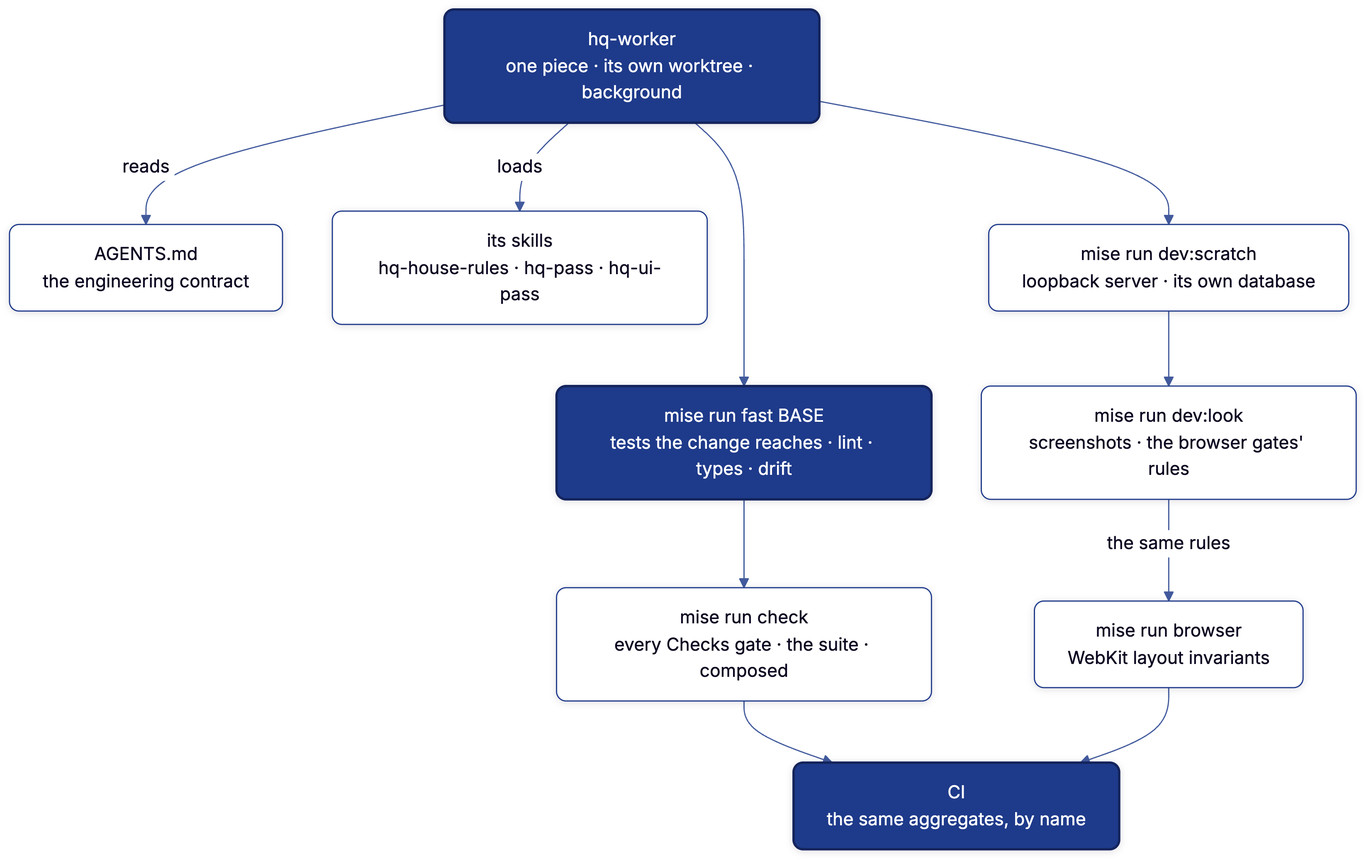
Before: docs/diagrams/agent-tools.png, a diagram exported from Mermaid (joeseverino/severino-hq). Its source is kept beside it as docs/diagrams/agent-tools.mmd.
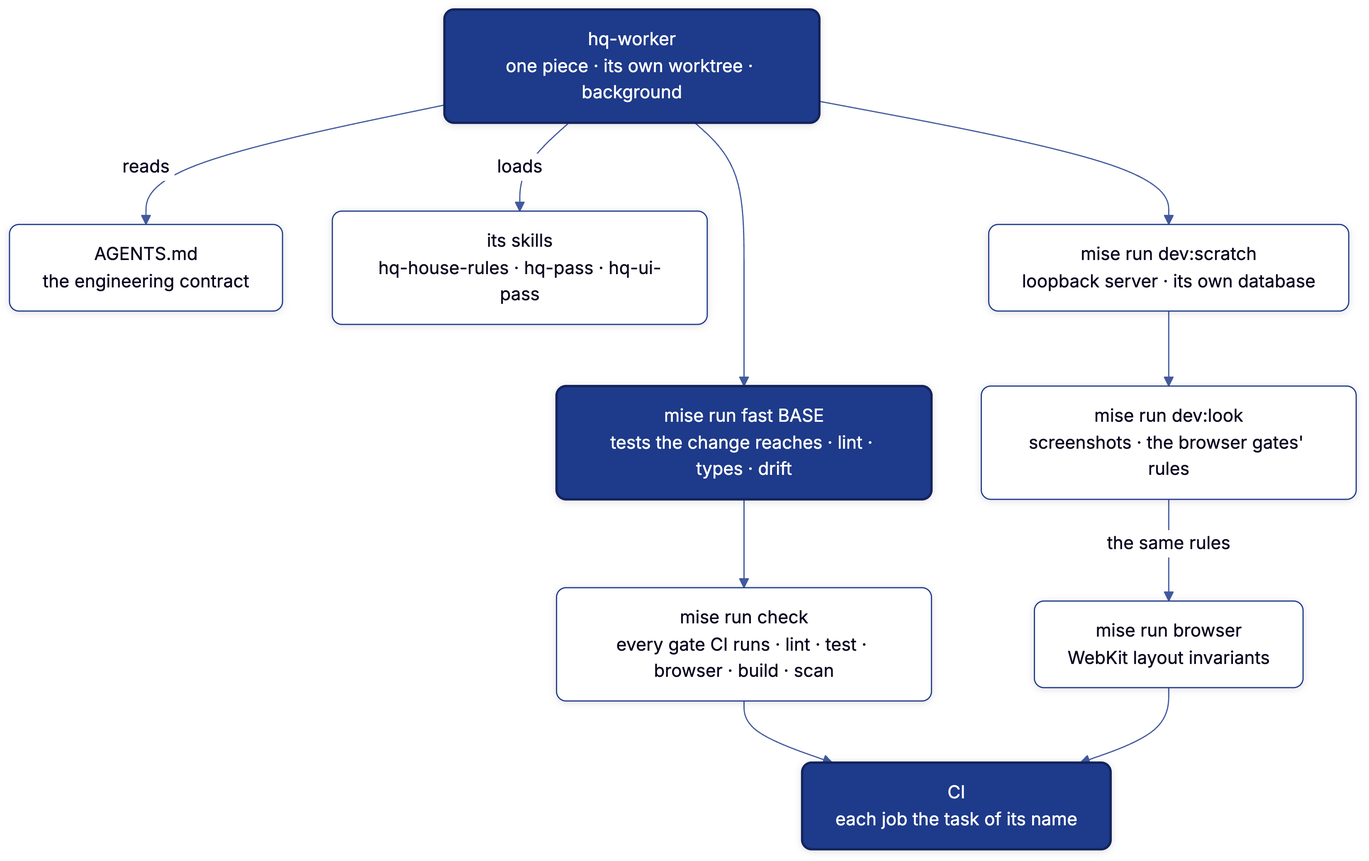
Later version of the same file.

What changed in the source:
```diff
@@ -5,9 +5,9 @@
     scratch["mise run dev:scratch<br/>loopback server · its own database"]
     look["mise run dev:look<br/>screenshots · the browser gates' rules"]
     fast["mise run fast BASE<br/>tests the change reaches · lint · types · drift"]
-    check["mise run check<br/>every Checks gate · the suite · composed"]
+    check["mise run check<br/>every gate CI runs · lint · test · browser · build · scan"]
     browser["mise run browser<br/>WebKit layout invariants"]
-    ci["CI<br/>the same aggregates, by name"]
+    ci["CI<br/>each job the task of its name"]
 
     worker -->|"reads"| contract
     worker -->|"loads"| rules
```
